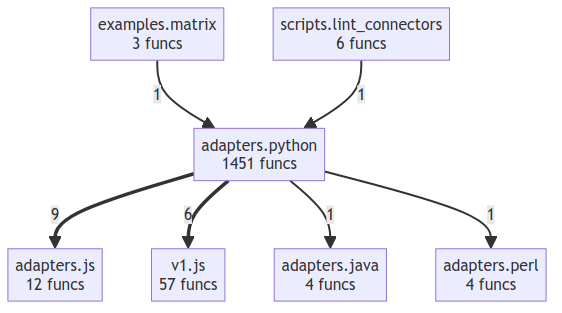
Earlier version of the Mermaid export project/compact_flow.png (tellmesh/urihandler). Its source is kept beside it as project/compact_flow.mmd.
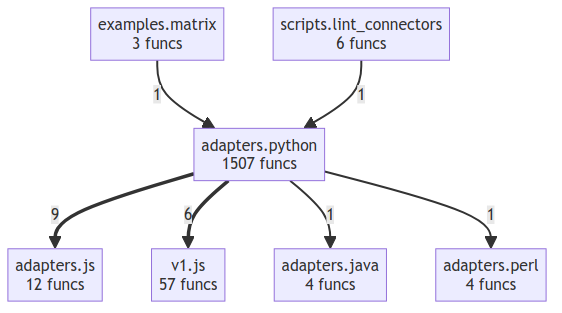
After the commit.

Diff of the diagram source:
```diff
@@ -2,7 +2,7 @@
     adapters__java["adapters.java<br/>4 funcs"]
     adapters__js["adapters.js<br/>12 funcs"]
     adapters__perl["adapters.perl<br/>4 funcs"]
-    adapters__python["adapters.python<br/>1451 funcs"]
+    adapters__python["adapters.python<br/>1507 funcs"]
     examples__matrix["examples.matrix<br/>3 funcs"]
     scripts__lint_connectors["scripts.lint_connectors<br/>6 funcs"]
     v1__js["v1.js<br/>57 funcs"]
```
